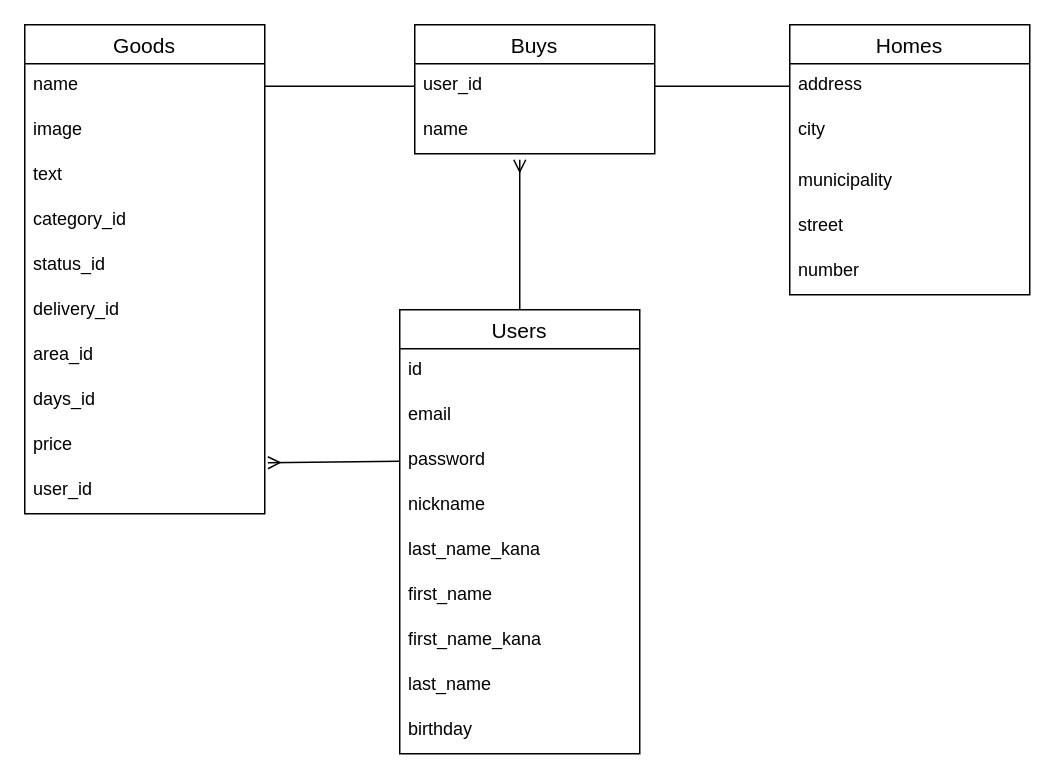
Above: frima.dio in kazuma-0312/furima-32617 (draw.io), before the change. Source tidied: cells renumbered, new cells numbered last; positions are measured from the earlier drawing's top-left corner, leaving out a move shared by most shapes. Both pictures are drawn from the tidied source at 150%, with x=0, y=0 at pixel (24, 24).
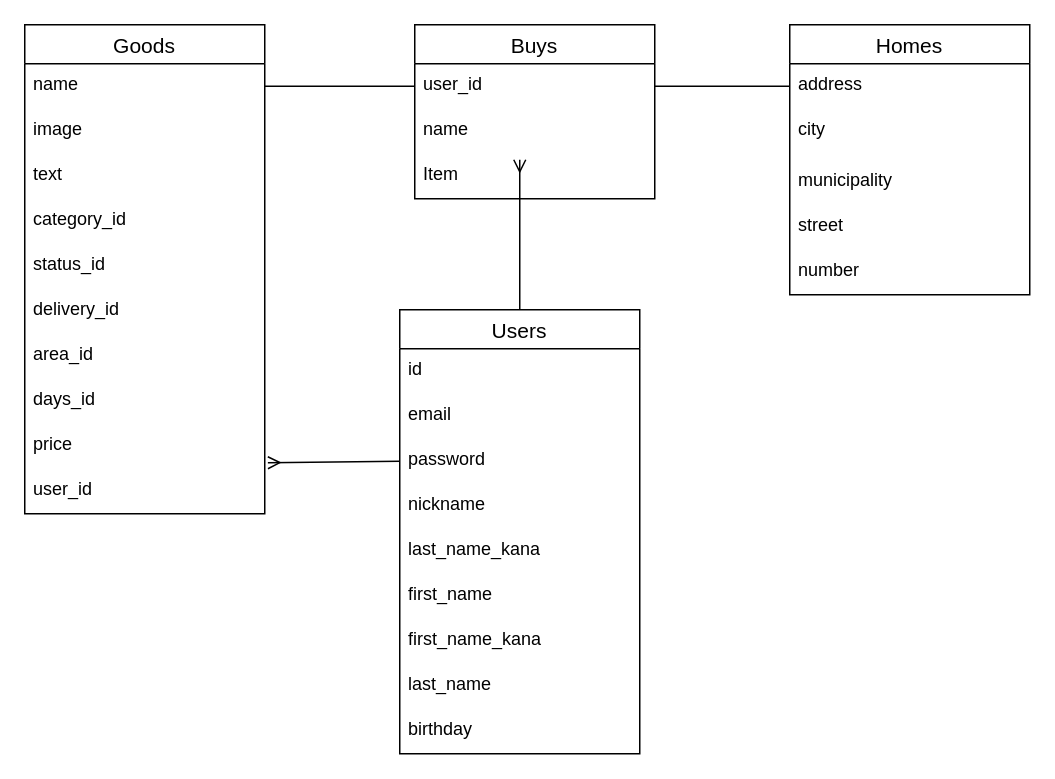
The same diagram, later.

What changed in the source:
```diff
@@
     <mxCell id="13" value="Buys" style="swimlane;fontStyle=0;horizontal=1;startSize=26;align=center;fontSize=14;" parent="1" vertex="1">
-      <mxGeometry x="260" width="160" height="86" as="geometry" />
+      <mxGeometry x="260" width="160" height="116" as="geometry" />
     </mxCell>
@@
+    <mxCell id="36" value="Item" style="text;strokeColor=none;fillColor=none;spacingLeft=4;spacingRight=4;overflow=hidden;fontSize=12;" parent="13" vertex="1">
+      <mxGeometry y="86" width="160" height="30" as="geometry" />
+    </mxCell>
```
